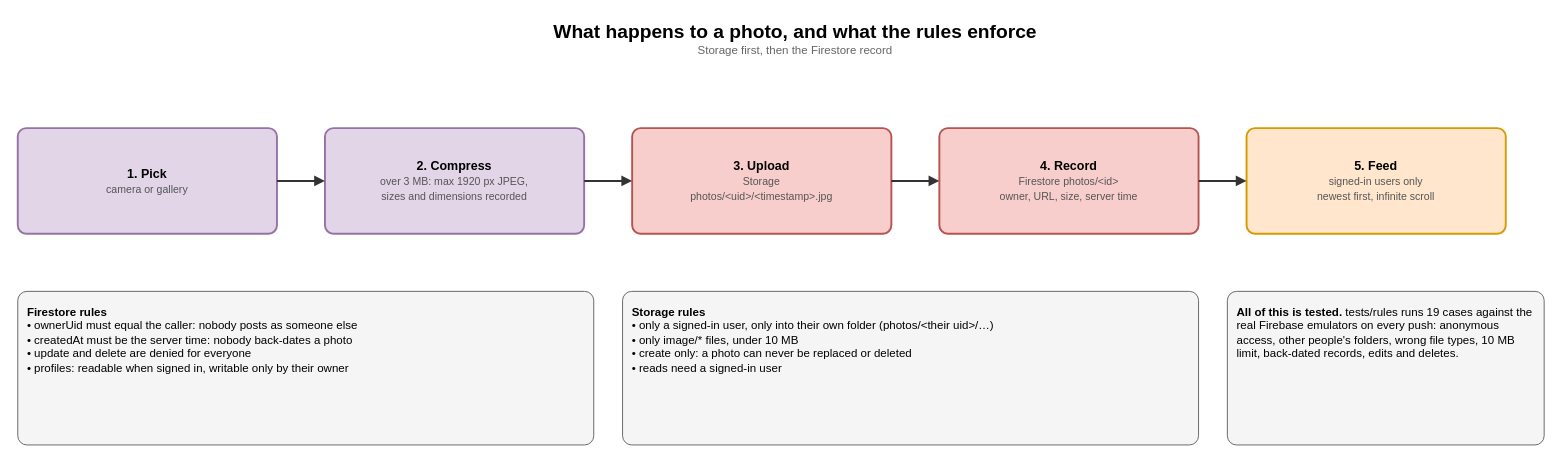
Above: page "Posting a photo" (2 of 2) of docs/diagrams/lumo.drawio in andresazcona/Lumo (draw.io), before the change. Source tidied: cells renumbered, new cells numbered last; positions are measured from the earlier drawing's top-left corner, leaving out a move shared by most shapes. Both pictures are drawn from the tidied source at 96%, with x=0, y=0 at pixel (17, 16).
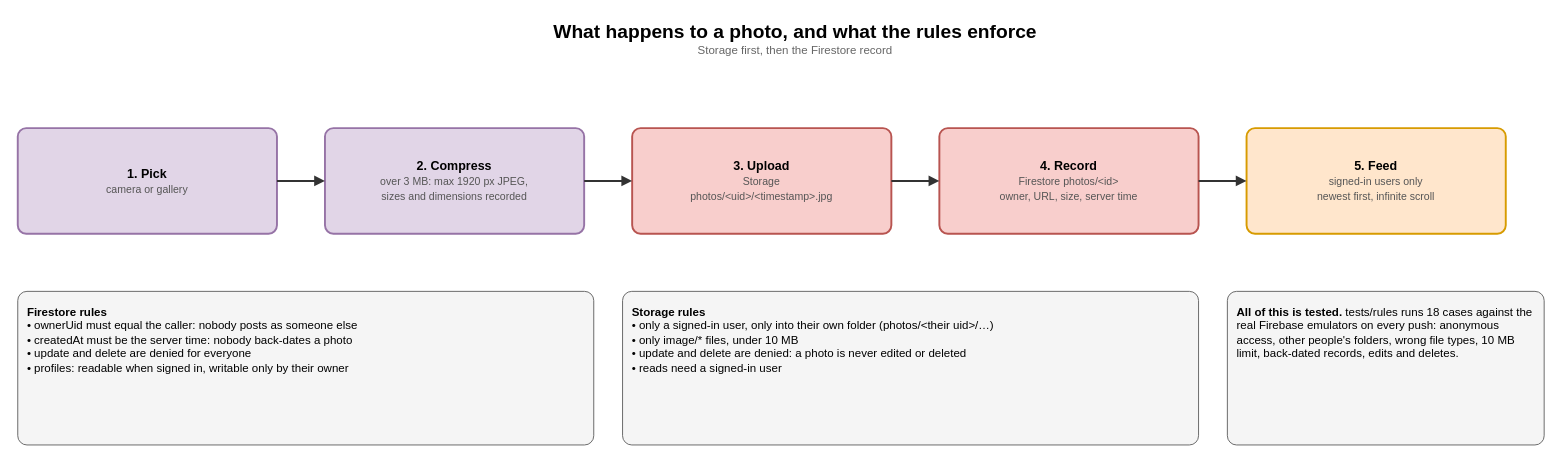
After the change.

What changed in the source:
```diff
@@
 <mxGraphModel>
   <root>
     <mxCell id="0" />
     <mxCell id="1" parent="0" />
     <mxCell id="2" value="&lt;b style=&quot;font-size:20px;&quot;&gt;What happens to a photo, and what the rules enforce&lt;/b&gt;&lt;br&gt;&lt;span style=&quot;font-size:12px;color:#666;&quot;&gt;Storage first, then the Firestore record&lt;/span&gt;" style="text;html=1;strokeColor=none;fillColor=none;align=center;verticalAlign=middle;whiteSpace=wrap;" parent="1" vertex="1">
       <mxGeometry x="410" width="800" height="46" as="geometry" />
     </mxCell>
     <mxCell id="3" value="&lt;b&gt;1. Pick&lt;/b&gt;&lt;br&gt;&lt;span style=&quot;font-size:11px;color:#555;&quot;&gt;camera or gallery&lt;/span&gt;" style="rounded=1;whiteSpace=wrap;html=1;arcSize=8;fillColor=#E1D5E7;strokeColor=#9673A6;strokeWidth=2;fontSize=13;" parent="1" vertex="1">
       <mxGeometry y="116" width="270" height="110" as="geometry" />
     </mxCell>
     <mxCell id="4" value="&lt;b&gt;2. Compress&lt;/b&gt;&lt;br&gt;&lt;span style=&quot;font-size:11px;color:#555;&quot;&gt;over 3 MB: max 1920 px JPEG,&lt;br&gt;sizes and dimensions recorded&lt;/span&gt;" style="rounded=1;whiteSpace=wrap;html=1;arcSize=8;fillColor=#E1D5E7;strokeColor=#9673A6;strokeWidth=2;fontSize=13;" parent="1" vertex="1">
       <mxGeometry x="320" y="116" width="270" height="110" as="geometry" />
     </mxCell>
     <mxCell id="5" value="&lt;b&gt;3. Upload&lt;/b&gt;&lt;br&gt;&lt;span style=&quot;font-size:11px;color:#555;&quot;&gt;Storage&lt;br&gt;photos/&amp;lt;uid&amp;gt;/&amp;lt;timestamp&amp;gt;.jpg&lt;/span&gt;" style="rounded=1;whiteSpace=wrap;html=1;arcSize=8;fillColor=#F8CECC;strokeColor=#B85450;strokeWidth=2;fontSize=13;" parent="1" vertex="1">
       <mxGeometry x="640" y="116" width="270" height="110" as="geometry" />
     </mxCell>
     <mxCell id="6" value="&lt;b&gt;4. Record&lt;/b&gt;&lt;br&gt;&lt;span style=&quot;font-size:11px;color:#555;&quot;&gt;Firestore photos/&amp;lt;id&amp;gt;&lt;br&gt;owner, URL, size, server time&lt;/span&gt;" style="rounded=1;whiteSpace=wrap;html=1;arcSize=8;fillColor=#F8CECC;strokeColor=#B85450;strokeWidth=2;fontSize=13;" parent="1" vertex="1">
       <mxGeometry x="960" y="116" width="270" height="110" as="geometry" />
     </mxCell>
     <mxCell id="7" value="&lt;b&gt;5. Feed&lt;/b&gt;&lt;br&gt;&lt;span style=&quot;font-size:11px;color:#555;&quot;&gt;signed-in users only&lt;br&gt;newest first, infinite scroll&lt;/span&gt;" style="rounded=1;whiteSpace=wrap;html=1;arcSize=8;fillColor=#FFE6CC;strokeColor=#D79B00;strokeWidth=2;fontSize=13;" parent="1" vertex="1">
       <mxGeometry x="1280" y="116" width="270" height="110" as="geometry" />
     </mxCell>
     <mxCell id="8" style="edgeStyle=orthogonalEdgeStyle;rounded=1;html=1;endArrow=block;endFill=1;strokeColor=#333333;strokeWidth=2;fontSize=11;fontColor=#333333;labelBackgroundColor=#ffffff;" parent="1" edge="1" source="3" target="4">
       <mxGeometry relative="1" as="geometry" />
     </mxCell>
     <mxCell id="9" style="edgeStyle=orthogonalEdgeStyle;rounded=1;html=1;endArrow=block;endFill=1;strokeColor=#333333;strokeWidth=2;fontSize=11;fontColor=#333333;labelBackgroundColor=#ffffff;" parent="1" edge="1" source="4" target="5">
       <mxGeometry relative="1" as="geometry" />
     </mxCell>
     <mxCell id="10" style="edgeStyle=orthogonalEdgeStyle;rounded=1;html=1;endArrow=block;endFill=1;strokeColor=#333333;strokeWidth=2;fontSize=11;fontColor=#333333;labelBackgroundColor=#ffffff;" parent="1" edge="1" source="5" target="6">
       <mxGeometry relative="1" as="geometry" />
     </mxCell>
     <mxCell id="11" style="edgeStyle=orthogonalEdgeStyle;rounded=1;html=1;endArrow=block;endFill=1;strokeColor=#333333;strokeWidth=2;fontSize=11;fontColor=#333333;labelBackgroundColor=#ffffff;" parent="1" edge="1" source="6" target="7">
       <mxGeometry relative="1" as="geometry" />
     </mxCell>
-    <mxCell id="12" value="&lt;b&gt;Storage rules&lt;/b&gt;&lt;br&gt;• only a signed-in user, only into their own folder (photos/&amp;lt;their uid&amp;gt;/…)&lt;br&gt;• only image/* files, under 10 MB&lt;br&gt;• create only: a photo can never be replaced or deleted&lt;br&gt;• reads need a signed-in user" style="rounded=1;whiteSpace=wrap;html=1;arcSize=6;fillColor=#f5f5f5;strokeColor=#666666;align=left;verticalAlign=top;spacing=10;fontSize=12;" parent="1" vertex="1">
+    <mxCell id="12" value="&lt;b&gt;Storage rules&lt;/b&gt;&lt;br&gt;• only a signed-in user, only into their own folder (photos/&amp;lt;their uid&amp;gt;/…)&lt;br&gt;• only image/* files, under 10 MB&lt;br&gt;• update and delete are denied: a photo is never edited or deleted&lt;br&gt;• reads need a signed-in user" style="rounded=1;whiteSpace=wrap;html=1;arcSize=6;fillColor=#f5f5f5;strokeColor=#666666;align=left;verticalAlign=top;spacing=10;fontSize=12;" parent="1" vertex="1">
       <mxGeometry x="630" y="286" width="600" height="160" as="geometry" />
     </mxCell>
     <mxCell id="13" value="&lt;b&gt;Firestore rules&lt;/b&gt;&lt;br&gt;• ownerUid must equal the caller: nobody posts as someone else&lt;br&gt;• createdAt must be the server time: nobody back-dates a photo&lt;br&gt;• update and delete are denied for everyone&lt;br&gt;• profiles: readable when signed in, writable only by their owner" style="rounded=1;whiteSpace=wrap;html=1;arcSize=6;fillColor=#f5f5f5;strokeColor=#666666;align=left;verticalAlign=top;spacing=10;fontSize=12;" parent="1" vertex="1">
       <mxGeometry y="286" width="600" height="160" as="geometry" />
     </mxCell>
-    <mxCell id="14" value="&lt;b&gt;All of this is tested.&lt;/b&gt; tests/rules runs 19 cases against the real Firebase emulators on every push: anonymous access, other people's folders, wrong file types, 10 MB limit, back-dated records, edits and deletes." style="rounded=1;whiteSpace=wrap;html=1;arcSize=6;fillColor=#f5f5f5;strokeColor=#666666;align=left;verticalAlign=top;spacing=10;fontSize=12;" parent="1" vertex="1">
+    <mxCell id="14" value="&lt;b&gt;All of this is tested.&lt;/b&gt; tests/rules runs 18 cases against the real Firebase emulators on every push: anonymous access, other people's folders, wrong file types, 10 MB limit, back-dated records, edits and deletes." style="rounded=1;whiteSpace=wrap;html=1;arcSize=6;fillColor=#f5f5f5;strokeColor=#666666;align=left;verticalAlign=top;spacing=10;fontSize=12;" parent="1" vertex="1">
       <mxGeometry x="1260" y="286" width="330" height="160" as="geometry" />
     </mxCell>
   </root>
 </mxGraphModel>
```
